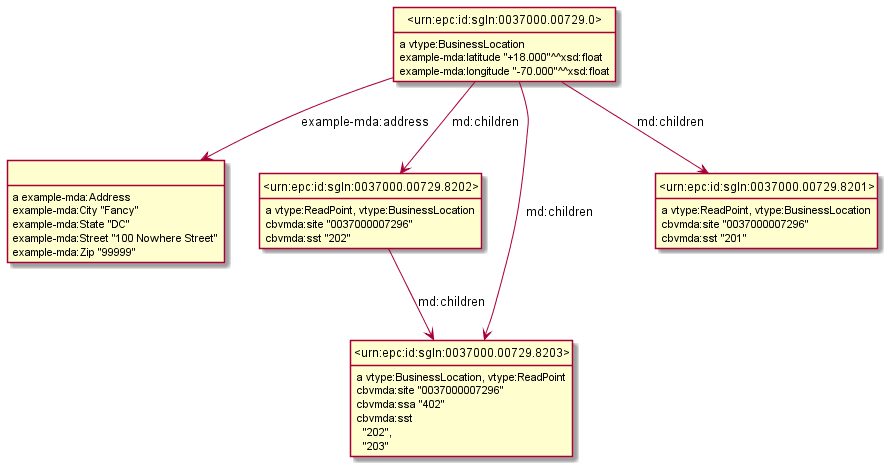
The PlantUML diagram Diagrams/Example_9.8.1-improved.png in gs1/EPCIS, before a commit.
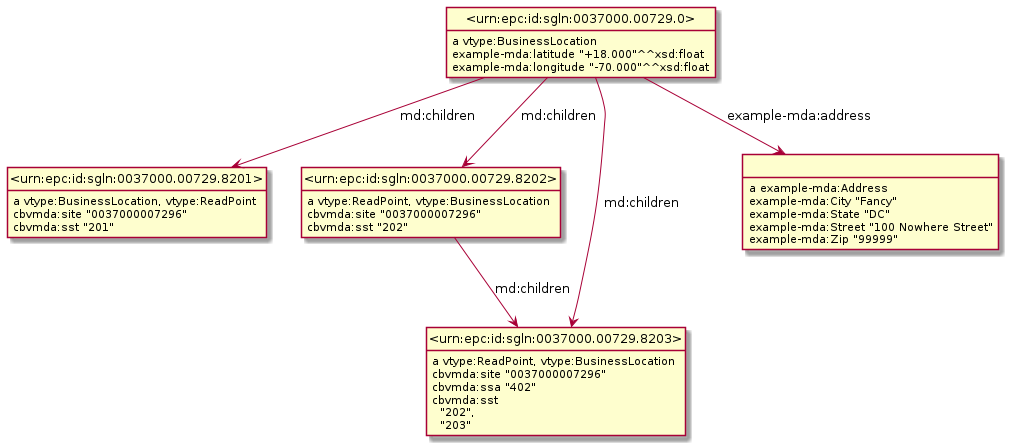
After the commit.

The edit, as a diff of the source:
```diff
@@ -3,32 +3,32 @@
 hide empty attributes
 hide circle
 skinparam classAttributeIconSize 0
-class _r1617094350r0_ as " "
-_r1617094350r0_ : a example-mda:Address
-_r1617094350r0_ : example-mda:City "Fancy"
-_r1617094350r0_ : example-mda:State "DC"
-_r1617094350r0_ : example-mda:Street "100 Nowhere Street"
-_r1617094350r0_ : example-mda:Zip "99999"
+class _urn_epc_id_sgln_0037000_00729_0_ as "<urn:epc:id:sgln:0037000.00729.0>"
+_urn_epc_id_sgln_0037000_00729_0_ : a vtype:BusinessLocation
+class _urn_epc_id_sgln_0037000_00729_8201_ as "<urn:epc:id:sgln:0037000.00729.8201>"
+_urn_epc_id_sgln_0037000_00729_0_ -down-> _urn_epc_id_sgln_0037000_00729_8201_ : md:children
 class _urn_epc_id_sgln_0037000_00729_8202_ as "<urn:epc:id:sgln:0037000.00729.8202>"
+_urn_epc_id_sgln_0037000_00729_0_ -down-> _urn_epc_id_sgln_0037000_00729_8202_ : md:children
+class _urn_epc_id_sgln_0037000_00729_8203_ as "<urn:epc:id:sgln:0037000.00729.8203>"
+_urn_epc_id_sgln_0037000_00729_0_ -down-> _urn_epc_id_sgln_0037000_00729_8203_ : md:children
+class _r1623307985r0_ as " "
+_urn_epc_id_sgln_0037000_00729_0_ -down-> _r1623307985r0_ : example-mda:address
+_urn_epc_id_sgln_0037000_00729_0_ : example-mda:latitude "+18.000"^^xsd:float
+_urn_epc_id_sgln_0037000_00729_0_ : example-mda:longitude "-70.000"^^xsd:float
+_r1623307985r0_ : a example-mda:Address
+_r1623307985r0_ : example-mda:City "Fancy"
+_r1623307985r0_ : example-mda:State "DC"
+_r1623307985r0_ : example-mda:Street "100 Nowhere Street"
+_r1623307985r0_ : example-mda:Zip "99999"
 _urn_epc_id_sgln_0037000_00729_8202_ : a vtype:ReadPoint, vtype:BusinessLocation
-class _urn_epc_id_sgln_0037000_00729_8203_ as "<urn:epc:id:sgln:0037000.00729.8203>"
 _urn_epc_id_sgln_0037000_00729_8202_ -down-> _urn_epc_id_sgln_0037000_00729_8203_ : md:children
 _urn_epc_id_sgln_0037000_00729_8202_ : cbvmda:site "0037000007296"
 _urn_epc_id_sgln_0037000_00729_8202_ : cbvmda:sst "202"
-_urn_epc_id_sgln_0037000_00729_8203_ : a vtype:BusinessLocation, vtype:ReadPoint
+_urn_epc_id_sgln_0037000_00729_8203_ : a vtype:ReadPoint, vtype:BusinessLocation
 _urn_epc_id_sgln_0037000_00729_8203_ : cbvmda:site "0037000007296"
 _urn_epc_id_sgln_0037000_00729_8203_ : cbvmda:ssa "402"
 _urn_epc_id_sgln_0037000_00729_8203_ : cbvmda:sst\n  "202",\n  "203"
-class _urn_epc_id_sgln_0037000_00729_8201_ as "<urn:epc:id:sgln:0037000.00729.8201>"
-_urn_epc_id_sgln_0037000_00729_8201_ : a vtype:ReadPoint, vtype:BusinessLocation
+_urn_epc_id_sgln_0037000_00729_8201_ : a vtype:BusinessLocation, vtype:ReadPoint
 _urn_epc_id_sgln_0037000_00729_8201_ : cbvmda:site "0037000007296"
 _urn_epc_id_sgln_0037000_00729_8201_ : cbvmda:sst "201"
-class _urn_epc_id_sgln_0037000_00729_0_ as "<urn:epc:id:sgln:0037000.00729.0>"
-_urn_epc_id_sgln_0037000_00729_0_ : a vtype:BusinessLocation
-_urn_epc_id_sgln_0037000_00729_0_ -down-> _urn_epc_id_sgln_0037000_00729_8203_ : md:children
-_urn_epc_id_sgln_0037000_00729_0_ -down-> _urn_epc_id_sgln_0037000_00729_8201_ : md:children
-_urn_epc_id_sgln_0037000_00729_0_ -down-> _urn_epc_id_sgln_0037000_00729_8202_ : md:children
-_urn_epc_id_sgln_0037000_00729_0_ -down-> _r1617094350r0_ : example-mda:address
-_urn_epc_id_sgln_0037000_00729_0_ : example-mda:latitude "+18.000"^^xsd:float
-_urn_epc_id_sgln_0037000_00729_0_ : example-mda:longitude "-70.000"^^xsd:float
 @enduml
```
